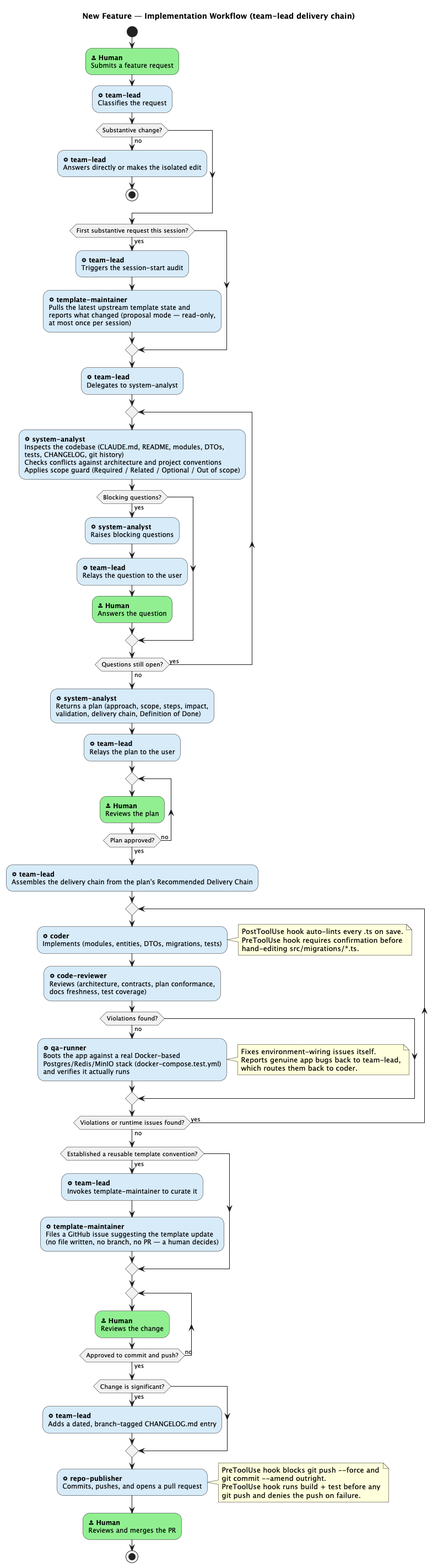
The PlantUML diagram feature_implementation_workflow.png in mitersidorov/AgentPier, before a commit.
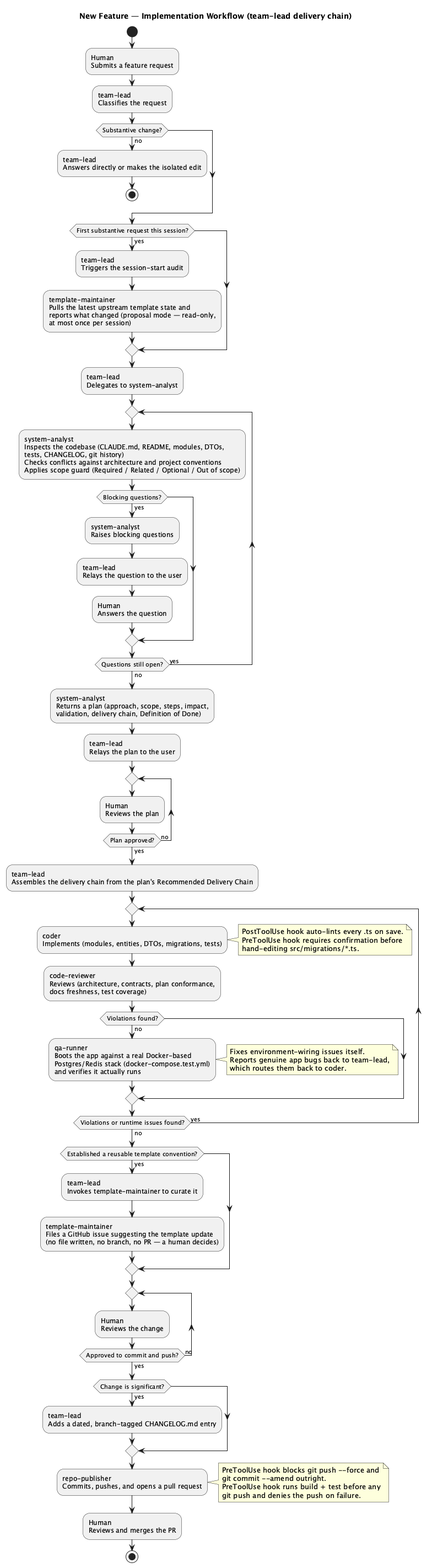
Later version of the same file.

What changed in the source:
```diff
@@ -3,49 +3,49 @@
 
 start
 
-:<&person> **Human**\nSubmits a feature request;<<#90EE90>>
+:Human\nSubmits a feature request;
 
-:<&cog> **team-lead**\nClassifies the request;<<#D6EAF8>>
+:team-lead\nClassifies the request;
 if (Substantive change?) then (no)
-  :<&cog> **team-lead**\nAnswers directly or makes the isolated edit;<<#D6EAF8>>
+  :team-lead\nAnswers directly or makes the isolated edit;
   stop
 endif
 
 if (First substantive request this session?) then (yes)
-  :<&cog> **team-lead**\nTriggers the session-start audit;<<#D6EAF8>>
-  :<&cog> **template-maintainer**\nPulls the latest upstream template state and\nreports what changed (proposal mode — read-only,\nat most once per session);<<#D6EAF8>>
+  :team-lead\nTriggers the session-start audit;
+  :template-maintainer\nPulls the latest upstream template state and\nreports what changed (proposal mode — read-only,\nat most once per session);
 endif
 
-:<&cog> **team-lead**\nDelegates to system-analyst;<<#D6EAF8>>
+:team-lead\nDelegates to system-analyst;
 
 repeat
-  :<&cog> **system-analyst**\nInspects the codebase (CLAUDE.md, README, modules, DTOs,\ntests, CHANGELOG, git history)\nChecks conflicts against architecture and project conventions\nApplies scope guard (Required / Related / Optional / Out of scope);<<#D6EAF8>>
+  :system-analyst\nInspects the codebase (CLAUDE.md, README, modules, DTOs,\ntests, CHANGELOG, git history)\nChecks conflicts against architecture and project conventions\nApplies scope guard (Required / Related / Optional / Out of scope);
   if (Blocking questions?) then (yes)
-    :<&cog> **system-analyst**\nRaises blocking questions;<<#D6EAF8>>
-    :<&cog> **team-lead**\nRelays the question to the user;<<#D6EAF8>>
-    :<&person> **Human**\nAnswers the question;<<#90EE90>>
+    :system-analyst\nRaises blocking questions;
+    :team-lead\nRelays the question to the user;
+    :Human\nAnswers the question;
   endif
 repeat while (Questions still open?) is (yes) not (no)
-:<&cog> **system-analyst**\nReturns a plan (approach, scope, steps, impact,\nvalidation, delivery chain, Definition of Done);<<#D6EAF8>>
+:system-analyst\nReturns a plan (approach, scope, steps, impact,\nvalidation, delivery chain, Definition of Done);
 
-:<&cog> **team-lead**\nRelays the plan to the user;<<#D6EAF8>>
+:team-lead\nRelays the plan to the user;
 
 repeat
-  :<&person> **Human**\nReviews the plan;<<#90EE90>>
+  :Human\nReviews the plan;
 repeat while (Plan approved?) is (no) not (yes)
 
-:<&cog> **team-lead**\nAssembles the delivery chain from the plan's Recommended Delivery Chain;<<#D6EAF8>>
+:team-lead\nAssembles the delivery chain from the plan's Recommended Delivery Chain;
 
 repeat
-  :<&cog> **coder**\nImplements (modules, entities, DTOs, migrations, tests);<<#D6EAF8>>
+  :coder\nImplements (modules, entities, DTOs, migrations, tests);
   note right
     PostToolUse hook auto-lints every .ts on save.
     PreToolUse hook requires confirmation before
     hand-editing src/migrations/*.ts.
   end note
-  :<&cog> **code-reviewer**\nReviews (architecture, contracts, plan conformance,\ndocs freshness, test coverage);<<#D6EAF8>>
+  :code-reviewer\nReviews (architecture, contracts, plan conformance,\ndocs freshness, test coverage);
   if (Violations found?) then (no)
-    :<&cog> **qa-runner**\nBoots the app against a real Docker-based\nPostgres/Redis/MinIO stack (docker-compose.test.yml)\nand verifies it actually runs;<<#D6EAF8>>
+    :qa-runner\nBoots the app against a real Docker-based\nPostgres/Redis stack (docker-compose.test.yml)\nand verifies it actually runs;
     note right
       Fixes environment-wiring issues itself.
       Reports genuine app bugs back to team-lead,
@@ -55,19 +55,19 @@
 repeat while (Violations or runtime issues found?) is (yes) not (no)
 
 if (Established a reusable template convention?) then (yes)
-  :<&cog> **team-lead**\nInvokes template-maintainer to curate it;<<#D6EAF8>>
-  :<&cog> **template-maintainer**\nFiles a GitHub issue suggesting the template update\n(no file written, no branch, no PR — a human decides);<<#D6EAF8>>
+  :team-lead\nInvokes template-maintainer to curate it;
+  :template-maintainer\nFiles a GitHub issue suggesting the template update\n(no file written, no branch, no PR — a human decides);
 endif
 
 repeat
-  :<&person> **Human**\nReviews the change;<<#90EE90>>
+  :Human\nReviews the change;
 repeat while (Approved to commit and push?) is (no) not (yes)
 
 if (Change is significant?) then (yes)
-  :<&cog> **team-lead**\nAdds a dated, branch-tagged CHANGELOG.md entry;<<#D6EAF8>>
+  :team-lead\nAdds a dated, branch-tagged CHANGELOG.md entry;
 endif
 
-:<&cog> **repo-publisher**\nCommits, pushes, and opens a pull request;<<#D6EAF8>>
+:repo-publisher\nCommits, pushes, and opens a pull request;
 note right
   PreToolUse hook blocks git push --force and
   git commit --amend outright.
@@ -75,7 +75,7 @@
   git push and denies the push on failure.
 end note
 
-:<&person> **Human**\nReviews and merges the PR;<<#90EE90>>
+:Human\nReviews and merges the PR;
 
 stop
 
```
